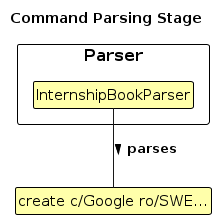
The PlantUML diagram diagrams/CreateCommandParse.png in AY2324S1-CS2103T-W17-1/tp, before a commit. Its source is kept beside it as diagrams/CreateCommandParse.puml.
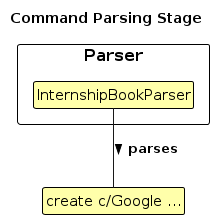
The same file after the commit.

Diff of the diagram source:
```diff
@@ -12,7 +12,7 @@
 
 hide CreateCommand
 
-class UserInput as "create c/Google ro/SWE..."
+class UserInput as "create c/Google ..."
 
 UserInput -up- InternshipBookParser : < parses
 
```
